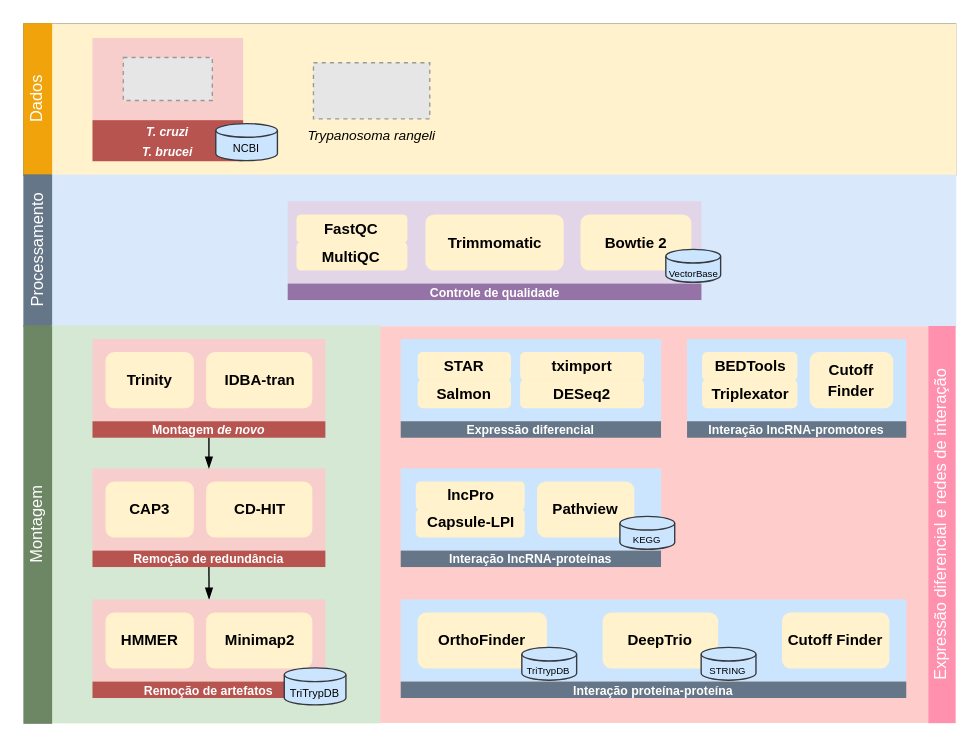
Before: page "Workflow" (2 of 2) of ufsc/ppgbtc-doutorado/workflow_rnaseq_trangeli.drawio in ekazuo/draw-io, a draw.io diagram. Source tidied: cells renumbered, new cells numbered last; positions are measured from the earlier drawing's top-left corner, leaving out a move shared by most shapes. Both pictures are drawn from the tidied source at 137%, with x=0, y=0 at pixel (-162, 23). Pictures stored in the file or linked from it are replaced by grey dashed boxes.
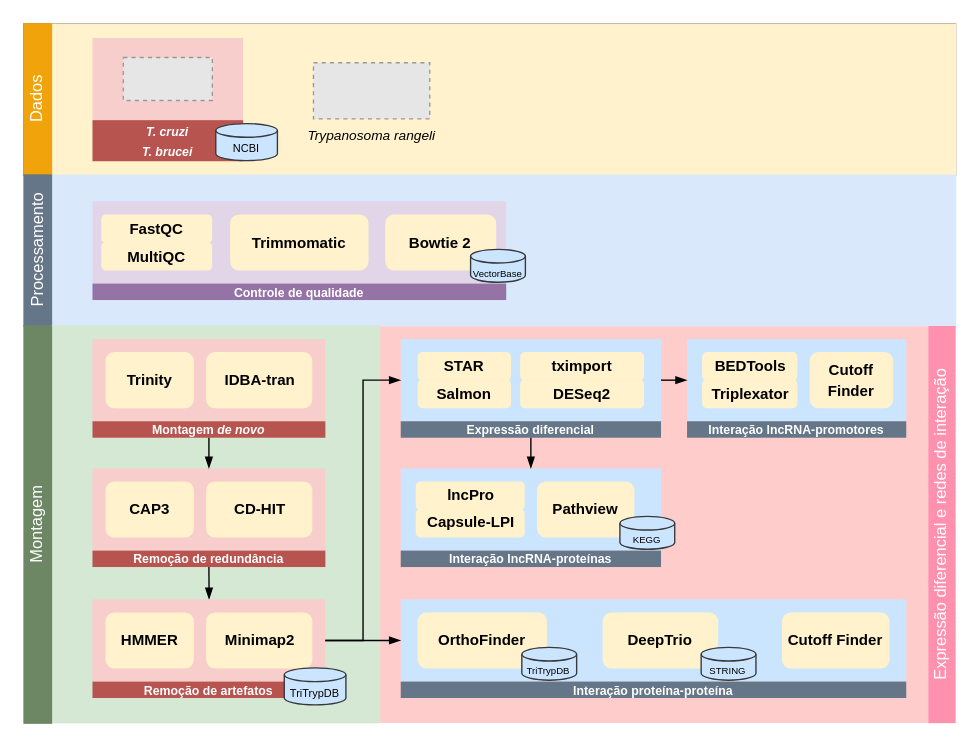
The same diagram, later.

Unchanged cells that the change refers to:
```xml
<mxCell id="25" style="rounded=0;whiteSpace=wrap;html=1;arcSize=5;fontStyle=1;fillColor=#F8CECC;strokeColor=none;" parent="24" vertex="1">
  <mxGeometry width="170" height="60" as="geometry" />
</mxCell>
<mxCell id="46" style="rounded=0;whiteSpace=wrap;html=1;arcSize=5;fontStyle=1;fillColor=#cce5ff;strokeColor=none;" parent="45" vertex="1">
  <mxGeometry width="190" height="60" as="geometry" />
</mxCell>
<mxCell id="48" value="&lt;font style=&quot;font-size: 9px;&quot; color=&quot;#ffffff&quot;&gt;Expressão diferencial&lt;br&gt;&lt;/font&gt;" style="rounded=0;whiteSpace=wrap;html=1;arcSize=5;fontStyle=1;fillColor=#647687;strokeColor=none;" parent="45" vertex="1">
  <mxGeometry y="60" width="190" height="12" as="geometry" />
</mxCell>
<mxCell id="53" style="rounded=0;whiteSpace=wrap;html=1;arcSize=5;fontStyle=1;fillColor=#cce5ff;strokeColor=none;" parent="52" vertex="1">
  <mxGeometry width="190" height="60" as="geometry" />
</mxCell>
<mxCell id="60" style="rounded=0;whiteSpace=wrap;html=1;arcSize=5;fontStyle=1;fillColor=#cce5ff;strokeColor=none;" parent="59" vertex="1">
  <mxGeometry width="160" height="60" as="geometry" />
</mxCell>
<mxCell id="66" style="rounded=0;whiteSpace=wrap;html=1;arcSize=5;fontStyle=1;fillColor=#cce5ff;strokeColor=none;" parent="65" vertex="1">
  <mxGeometry width="369" height="60" as="geometry" />
</mxCell>
```

Diff of the diagram source:
```diff
@@
     <mxCell id="37" style="group;" parent="1" vertex="1">
-      <mxGeometry x="327.5" y="129.5" width="316" height="72" as="geometry" />
+      <mxGeometry x="185" y="129.5" width="316" height="72" as="geometry" />
     </mxCell>
@@
+    <mxCell id="73" style="edgeStyle=orthogonalEdgeStyle;rounded=0;jettySize=auto;html=1;exitX=1;exitY=0.5;exitDx=0;exitDy=0;entryX=0;entryY=0.5;entryDx=0;entryDy=0;endArrow=blockThin;endFill=1;" parent="1" edge="1" source="25" target="46">
+      <mxGeometry relative="1" as="geometry" />
+    </mxCell>
+    <mxCell id="74" style="edgeStyle=orthogonalEdgeStyle;rounded=0;jettySize=auto;html=1;exitX=1;exitY=0.5;exitDx=0;exitDy=0;entryX=0;entryY=0.5;entryDx=0;entryDy=0;endArrow=blockThin;endFill=1;" parent="1" edge="1" source="25" target="66">
+      <mxGeometry relative="1" as="geometry" />
+    </mxCell>
+    <mxCell id="75" style="edgeStyle=orthogonalEdgeStyle;rounded=0;jettySize=auto;html=1;exitX=1;exitY=0.5;exitDx=0;exitDy=0;entryX=0;entryY=0.5;entryDx=0;entryDy=0;endArrow=blockThin;endFill=1;" parent="1" edge="1" source="46" target="60">
+      <mxGeometry relative="1" as="geometry" />
+    </mxCell>
+    <mxCell id="76" style="edgeStyle=orthogonalEdgeStyle;rounded=0;jettySize=auto;html=1;exitX=0.5;exitY=1;exitDx=0;exitDy=0;endArrow=blockThin;endFill=1;" parent="1" edge="1" source="48" target="53">
+      <mxGeometry relative="1" as="geometry" />
+    </mxCell>
```
